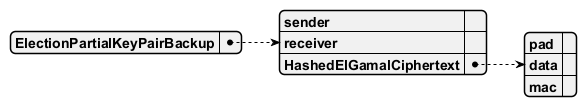
Above: docs/thesis/abbildungen/Diagramme/mElectionPartialKeyPairBackup.png in Mudderschiff/IoT-election (PlantUML), before the change. Its diagram source:
```plantuml
@startjson
{
  "ElectionPartialKeyPairBackup": {
    "sender": "",
    "receiver": "",
    "HashedElGamalCiphertext": {
      "pad": "",
      "data": "",
      "mac": ""
     }
  }
}
@endjson
```
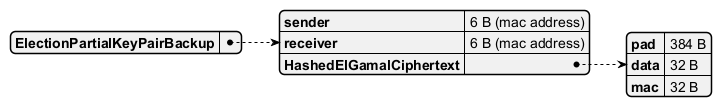
Above is the later version.

What changed in the source:
```diff
@@ -1,12 +1,12 @@
 @startjson
 {
   "ElectionPartialKeyPairBackup": {
-    "sender": "",
-    "receiver": "",
+    "sender": "6 B (mac address)",
+    "receiver": "6 B (mac address)",
     "HashedElGamalCiphertext": {
-      "pad": "",
-      "data": "",
-      "mac": ""
+      "pad": "384 B",
+      "data": "32 B",
+      "mac": "32 B"
      }
   }
 }
```
